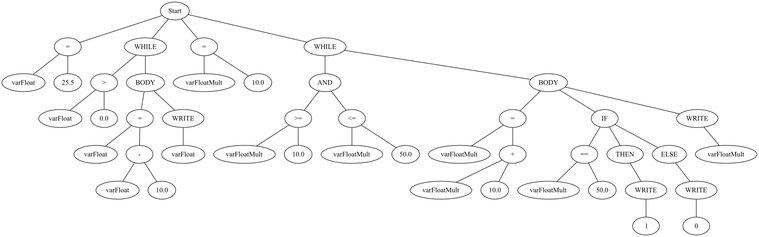
Earlier version of the Graphviz export arbol.png (pitta1881/TEO1-Lexico). Its source is kept beside it as arbol.dot.
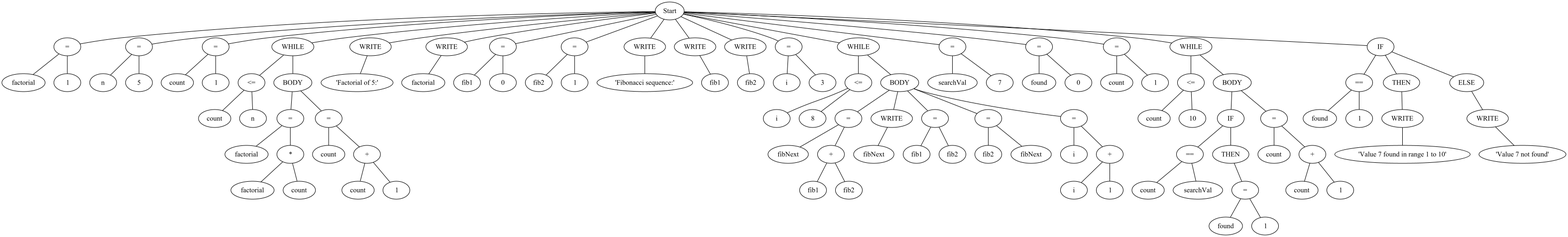
After the change.

Diff of the diagram source:
```diff
@@ -1,90 +1,208 @@
 graph G {node_start [label="Start"]
-nodo_33907773 [label="="]
-node_start -- nodo_33907773
-nodo_56198316 [label="varFloat"]
-nodo_33907773 -- nodo_56198316
-nodo_791674567 [label="25.5"]
-nodo_33907773 -- nodo_791674567
-nodo_788626044 [label="WHILE"]
-node_start -- nodo_788626044
-nodo_1853567106 [label=">"]
-nodo_788626044 -- nodo_1853567106
-nodo_1056055884 [label="varFloat"]
-nodo_1853567106 -- nodo_1056055884
-nodo_444886388 [label="0.0"]
-nodo_1853567106 -- nodo_444886388
-nodo_2127553907 [label="BODY"]
-nodo_788626044 -- nodo_2127553907
-nodo_1604235350 [label="="]
-nodo_2127553907 -- nodo_1604235350
-nodo_1593516715 [label="varFloat"]
-nodo_1604235350 -- nodo_1593516715
-nodo_774173465 [label="-"]
-nodo_1604235350 -- nodo_774173465
-nodo_205480405 [label="varFloat"]
-nodo_774173465 -- nodo_205480405
-nodo_646544388 [label="10.0"]
-nodo_774173465 -- nodo_646544388
-nodo_560004100 [label="WRITE"]
-nodo_2127553907 -- nodo_560004100
-nodo_2467571 [label="varFloat"]
-nodo_560004100 -- nodo_2467571
-nodo_1113989466 [label="="]
-node_start -- nodo_1113989466
-nodo_1913328722 [label="varFloatMult"]
-nodo_1113989466 -- nodo_1913328722
-nodo_2139782594 [label="10.0"]
-nodo_1113989466 -- nodo_2139782594
-nodo_2071334957 [label="WHILE"]
-node_start -- nodo_2071334957
-nodo_149525224 [label="AND"]
-nodo_2071334957 -- nodo_149525224
-nodo_577420835 [label=">="]
-nodo_149525224 -- nodo_577420835
-nodo_237155265 [label="varFloatMult"]
-nodo_577420835 -- nodo_237155265
-nodo_1167998288 [label="10.0"]
-nodo_577420835 -- nodo_1167998288
-nodo_27564505 [label="<="]
-nodo_149525224 -- nodo_27564505
-nodo_1984472168 [label="varFloatMult"]
-nodo_27564505 -- nodo_1984472168
-nodo_1844424155 [label="50.0"]
-nodo_27564505 -- nodo_1844424155
-nodo_1496279435 [label="BODY"]
-nodo_2071334957 -- nodo_1496279435
-nodo_2086684966 [label="="]
-nodo_1496279435 -- nodo_2086684966
-nodo_1329125670 [label="varFloatMult"]
-nodo_2086684966 -- nodo_1329125670
-nodo_1604924527 [label="+"]
-nodo_2086684966 -- nodo_1604924527
-nodo_2103999776 [label="varFloatMult"]
-nodo_1604924527 -- nodo_2103999776
-nodo_62857938 [label="10.0"]
-nodo_1604924527 -- nodo_62857938
-nodo_172436074 [label="IF"]
-nodo_1496279435 -- nodo_172436074
-nodo_577012423 [label="=="]
-nodo_172436074 -- nodo_577012423
-nodo_1488428523 [label="varFloatMult"]
-nodo_577012423 -- nodo_1488428523
-nodo_1796274413 [label="50.0"]
-nodo_577012423 -- nodo_1796274413
-nodo_753181691 [label="THEN"]
-nodo_172436074 -- nodo_753181691
-nodo_580364510 [label="WRITE"]
-nodo_753181691 -- nodo_580364510
-nodo_728054796 [label="1"]
-nodo_580364510 -- nodo_728054796
-nodo_36468676 [label="ELSE"]
-nodo_172436074 -- nodo_36468676
-nodo_919829774 [label="WRITE"]
-nodo_36468676 -- nodo_919829774
-nodo_1461763655 [label="0"]
-nodo_919829774 -- nodo_1461763655
-nodo_1569435006 [label="WRITE"]
-nodo_1496279435 -- nodo_1569435006
-nodo_1094293515 [label="varFloatMult"]
-nodo_1569435006 -- nodo_1094293515
+nodo_315598360 [label="="]
+node_start -- nodo_315598360
+nodo_1703213238 [label="factorial"]
+nodo_315598360 -- nodo_1703213238
+nodo_636337020 [label="1"]
+nodo_315598360 -- nodo_636337020
+nodo_468131356 [label="="]
+node_start -- nodo_468131356
+nodo_361269684 [label="n"]
+nodo_468131356 -- nodo_361269684
+nodo_1460376315 [label="5"]
+nodo_468131356 -- nodo_1460376315
+nodo_527824189 [label="="]
+node_start -- nodo_527824189
+nodo_1010900785 [label="count"]
+nodo_527824189 -- nodo_1010900785
+nodo_1834349604 [label="1"]
+nodo_527824189 -- nodo_1834349604
+nodo_1724006207 [label="WHILE"]
+node_start -- nodo_1724006207
+nodo_1646446516 [label="<="]
+nodo_1724006207 -- nodo_1646446516
+nodo_546630400 [label="count"]
+nodo_1646446516 -- nodo_546630400
+nodo_1465390058 [label="n"]
+nodo_1646446516 -- nodo_1465390058
+nodo_1992387356 [label="BODY"]
+nodo_1724006207 -- nodo_1992387356
+nodo_305249980 [label="="]
+nodo_1992387356 -- nodo_305249980
+nodo_1867886189 [label="factorial"]
+nodo_305249980 -- nodo_1867886189
+nodo_1027982373 [label="*"]
+nodo_305249980 -- nodo_1027982373
+nodo_830309718 [label="factorial"]
+nodo_1027982373 -- nodo_830309718
+nodo_774248859 [label="count"]
+nodo_1027982373 -- nodo_774248859
+nodo_1816325364 [label="="]
+nodo_1992387356 -- nodo_1816325364
+nodo_2134210997 [label="count"]
+nodo_1816325364 -- nodo_2134210997
+nodo_582943792 [label="+"]
+nodo_1816325364 -- nodo_582943792
+nodo_1019947837 [label="count"]
+nodo_582943792 -- nodo_1019947837
+nodo_1192580380 [label="1"]
+nodo_582943792 -- nodo_1192580380
+nodo_53525444 [label="WRITE"]
+node_start -- nodo_53525444
+nodo_811484790 [label="'Factorial of 5:'"]
+nodo_53525444 -- nodo_811484790
+nodo_1312163153 [label="WRITE"]
+node_start -- nodo_1312163153
+nodo_1694376526 [label="factorial"]
+nodo_1312163153 -- nodo_1694376526
+nodo_408304298 [label="="]
+node_start -- nodo_408304298
+nodo_1517920800 [label="fib1"]
+nodo_408304298 -- nodo_1517920800
+nodo_614152371 [label="0"]
+nodo_408304298 -- nodo_614152371
+nodo_828543548 [label="="]
+node_start -- nodo_828543548
+nodo_407399888 [label="fib2"]
+nodo_828543548 -- nodo_407399888
+nodo_263693403 [label="1"]
+nodo_828543548 -- nodo_263693403
+nodo_1516126973 [label="WRITE"]
+node_start -- nodo_1516126973
+nodo_1922321342 [label="'Fibonacci sequence:'"]
+nodo_1516126973 -- nodo_1922321342
+nodo_1472386210 [label="WRITE"]
+node_start -- nodo_1472386210
+nodo_213849447 [label="fib1"]
+nodo_1472386210 -- nodo_213849447
+nodo_1041825239 [label="WRITE"]
+node_start -- nodo_1041825239
+nodo_1853982737 [label="fib2"]
+nodo_1041825239 -- nodo_1853982737
+nodo_799483559 [label="="]
+node_start -- nodo_799483559
+nodo_1531386393 [label="i"]
+nodo_799483559 -- nodo_1531386393
+nodo_575189731 [label="3"]
+nodo_799483559 -- nodo_575189731
+nodo_1089173435 [label="WHILE"]
+node_start -- nodo_1089173435
+nodo_891010073 [label="<="]
+nodo_1089173435 -- nodo_891010073
+nodo_1386471411 [label="i"]
+nodo_891010073 -- nodo_1386471411
+nodo_1240349875 [label="8"]
+nodo_891010073 -- nodo_1240349875
+nodo_1613814170 [label="BODY"]
+nodo_1089173435 -- nodo_1613814170
+nodo_144919281 [label="="]
+nodo_1613814170 -- nodo_144919281
+nodo_1144209489 [label="fibNext"]
+nodo_144919281 -- nodo_1144209489
+nodo_2088822720 [label="+"]
+nodo_144919281 -- nodo_2088822720
+nodo_437915075 [label="fib1"]
+nodo_2088822720 -- nodo_437915075
+nodo_142354611 [label="fib2"]
+nodo_2088822720 -- nodo_142354611
+nodo_1452527653 [label="WRITE"]
+nodo_1613814170 -- nodo_1452527653
+nodo_769037264 [label="fibNext"]
+nodo_1452527653 -- nodo_769037264
+nodo_1743321020 [label="="]
+nodo_1613814170 -- nodo_1743321020
+nodo_238580290 [label="fib1"]
+nodo_1743321020 -- nodo_238580290
+nodo_1180862808 [label="fib2"]
+nodo_1743321020 -- nodo_1180862808
+nodo_1605618263 [label="="]
+nodo_1613814170 -- nodo_1605618263
+nodo_2143716106 [label="fib2"]
+nodo_1605618263 -- nodo_2143716106
+nodo_841041106 [label="fibNext"]
+nodo_1605618263 -- nodo_841041106
+nodo_1624974215 [label="="]
+nodo_1613814170 -- nodo_1624974215
+nodo_570141881 [label="i"]
+nodo_1624974215 -- nodo_570141881
+nodo_1785636191 [label="+"]
+nodo_1624974215 -- nodo_1785636191
+nodo_1381071636 [label="i"]
+nodo_1785636191 -- nodo_1381071636
+nodo_1806675394 [label="1"]
+nodo_1785636191 -- nodo_1806675394
+nodo_399333994 [label="="]
+node_start -- nodo_399333994
+nodo_144069009 [label="searchVal"]
+nodo_399333994 -- nodo_144069009
+nodo_1371935308 [label="7"]
+nodo_399333994 -- nodo_1371935308
+nodo_1192322059 [label="="]
+node_start -- nodo_1192322059
+nodo_988969097 [label="found"]
+nodo_1192322059 -- nodo_988969097
+nodo_13806751 [label="0"]
+nodo_1192322059 -- nodo_13806751
+nodo_1642568379 [label="="]
+node_start -- nodo_1642568379
+nodo_756714416 [label="count"]
+nodo_1642568379 -- nodo_756714416
+nodo_67471530 [label="1"]
+nodo_1642568379 -- nodo_67471530
+nodo_296119009 [label="WHILE"]
+node_start -- nodo_296119009
+nodo_905399582 [label="<="]
+nodo_296119009 -- nodo_905399582
+nodo_497013714 [label="count"]
+nodo_905399582 -- nodo_497013714
+nodo_1061962722 [label="10"]
+nodo_905399582 -- nodo_1061962722
+nodo_994096223 [label="BODY"]
+nodo_296119009 -- nodo_994096223
+nodo_877691284 [label="IF"]
+nodo_994096223 -- nodo_877691284
+nodo_180150216 [label="=="]
+nodo_877691284 -- nodo_180150216
+nodo_887120012 [label="count"]
+nodo_180150216 -- nodo_887120012
+nodo_67902373 [label="searchVal"]
+nodo_180150216 -- nodo_67902373
+nodo_1171466262 [label="THEN"]
+nodo_877691284 -- nodo_1171466262
+nodo_2048650523 [label="="]
+nodo_1171466262 -- nodo_2048650523
+nodo_651487702 [label="found"]
+nodo_2048650523 -- nodo_651487702
+nodo_1610631874 [label="1"]
+nodo_2048650523 -- nodo_1610631874
+nodo_105283915 [label="="]
+nodo_994096223 -- nodo_105283915
+nodo_805061671 [label="count"]
+nodo_105283915 -- nodo_805061671
+nodo_1560493754 [label="+"]
+nodo_105283915 -- nodo_1560493754
+nodo_2090685689 [label="count"]
+nodo_1560493754 -- nodo_2090685689
+nodo_1323552504 [label="1"]
+nodo_1560493754 -- nodo_1323552504
+nodo_66283135 [label="IF"]
+node_start -- nodo_66283135
+nodo_1366147272 [label="=="]
+nodo_66283135 -- nodo_1366147272
+nodo_27869203 [label="found"]
+nodo_1366147272 -- nodo_27869203
+nodo_426839751 [label="1"]
+nodo_1366147272 -- nodo_426839751
+nodo_1435396218 [label="THEN"]
+nodo_66283135 -- nodo_1435396218
+nodo_2041681755 [label="WRITE"]
+nodo_1435396218 -- nodo_2041681755
+nodo_1784322435 [label="'Value 7 found in range 1 to 10'"]
+nodo_2041681755 -- nodo_1784322435
+nodo_557376771 [label="ELSE"]
+nodo_66283135 -- nodo_557376771
+nodo_2144988466 [label="WRITE"]
+nodo_557376771 -- nodo_2144988466
+nodo_678278872 [label="'Value 7 not found'"]
+nodo_2144988466 -- nodo_678278872
 }
```
